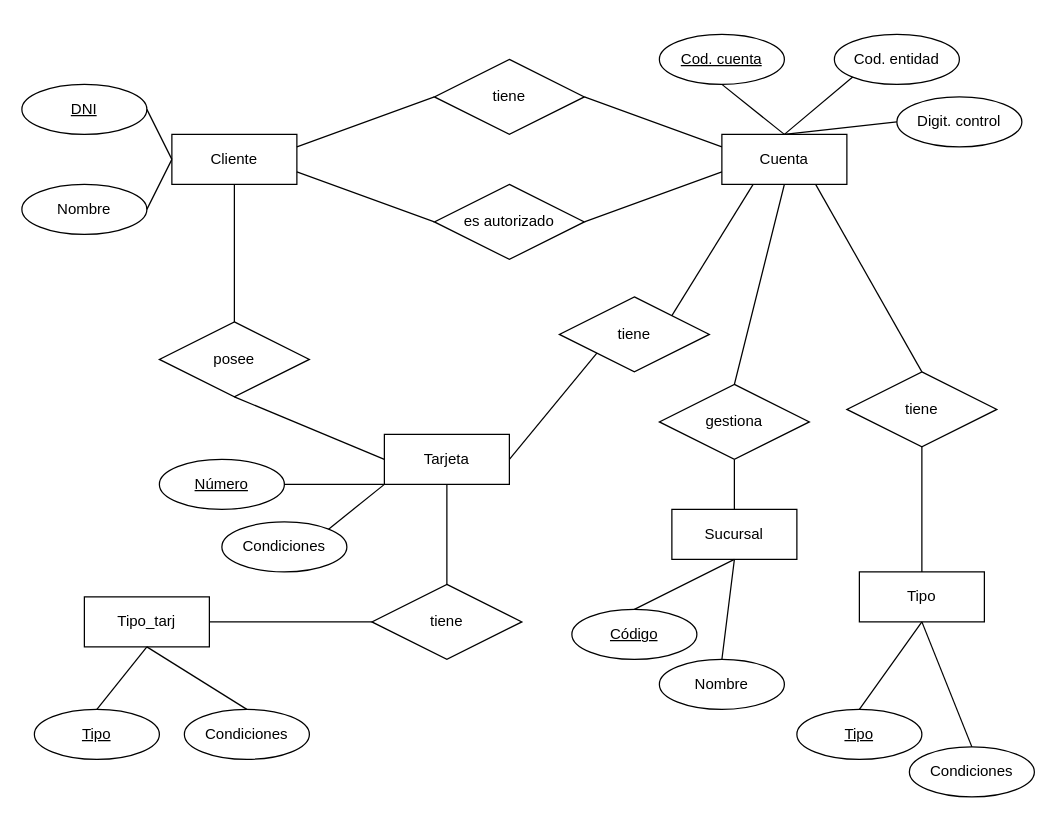
The draw.io diagram MF6.1 BBDD/Ejercicios/2. ER Mod 2.drawio in 13sauca13/PRG, before the edit. Source tidied: cells renumbered, new cells numbered last; positions are measured from the earlier drawing's top-left corner, leaving out a move shared by most shapes. Both pictures are drawn from the tidied source at 125%, with x=0, y=0 at pixel (21, 34).
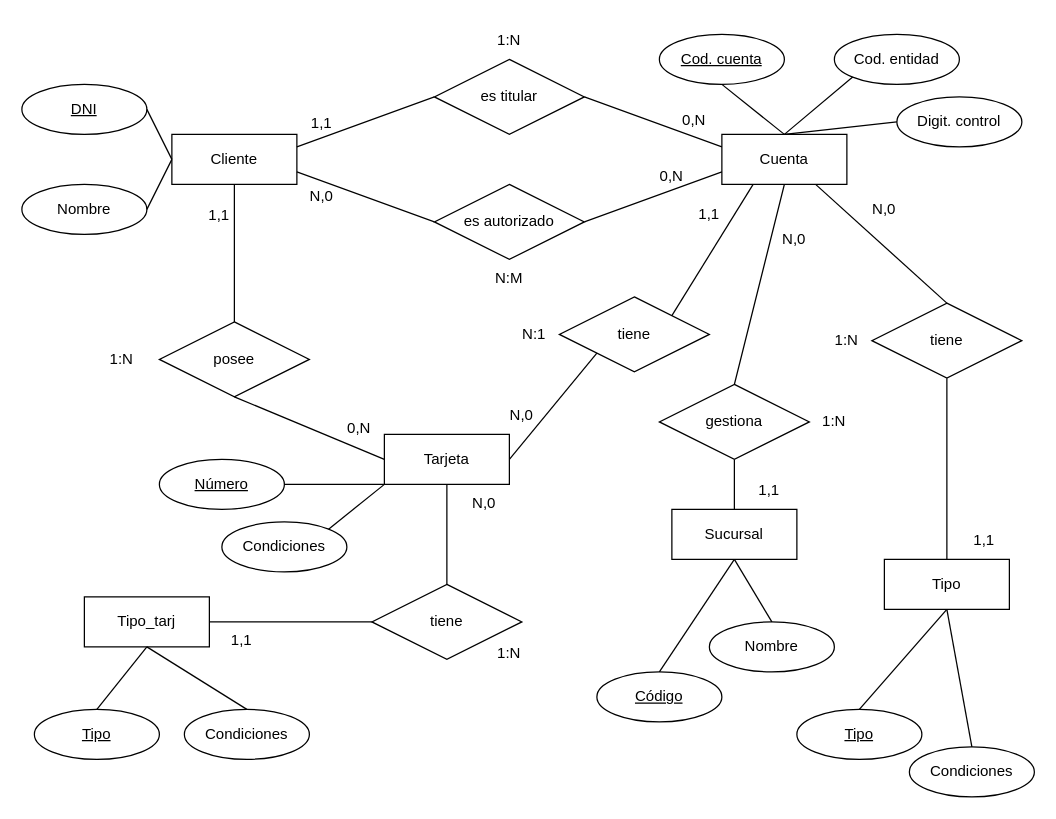
Above is the later version.

The edit, as a diff of the source:
```diff
@@
-    <mxCell id="3" value="tiene" style="shape=rhombus;perimeter=rhombusPerimeter;whiteSpace=wrap;html=1;align=center;" parent="1" vertex="1">
+    <mxCell id="3" value="es titular" style="shape=rhombus;perimeter=rhombusPerimeter;whiteSpace=wrap;html=1;align=center;" parent="1" vertex="1">
       <mxGeometry x="330" y="20" width="120" height="60" as="geometry" />
     </mxCell>
@@
     <mxCell id="5" value="tiene" style="shape=rhombus;perimeter=rhombusPerimeter;whiteSpace=wrap;html=1;align=center;" parent="1" vertex="1">
-      <mxGeometry x="660" y="270" width="120" height="60" as="geometry" />
+      <mxGeometry x="680" y="215" width="120" height="60" as="geometry" />
     </mxCell>
     <mxCell id="6" value="Tipo" style="whiteSpace=wrap;html=1;align=center;" parent="1" vertex="1">
-      <mxGeometry x="670" y="430" width="100" height="40" as="geometry" />
+      <mxGeometry x="690" y="420" width="100" height="40" as="geometry" />
     </mxCell>
@@
     <mxCell id="47" value="Código" style="ellipse;whiteSpace=wrap;html=1;align=center;fontStyle=4;" parent="1" vertex="1">
-      <mxGeometry x="440" y="460" width="100" height="40" as="geometry" />
+      <mxGeometry x="460" y="510" width="100" height="40" as="geometry" />
     </mxCell>
     <mxCell id="48" value="Nombre" style="ellipse;whiteSpace=wrap;html=1;align=center;" parent="1" vertex="1">
-      <mxGeometry x="510" y="500" width="100" height="40" as="geometry" />
+      <mxGeometry x="550" y="470" width="100" height="40" as="geometry" />
     </mxCell>
@@
+    <mxCell id="55" value="1,1" style="text;html=1;strokeColor=none;fillColor=none;align=center;verticalAlign=middle;whiteSpace=wrap;rounded=0;" parent="1" vertex="1">
+      <mxGeometry x="210" y="56" width="60" height="30" as="geometry" />
+    </mxCell>
+    <mxCell id="56" value="0,N" style="text;html=1;strokeColor=none;fillColor=none;align=center;verticalAlign=middle;whiteSpace=wrap;rounded=0;" parent="1" vertex="1">
+      <mxGeometry x="508" y="54" width="60" height="30" as="geometry" />
+    </mxCell>
+    <mxCell id="57" value="1:N" style="text;html=1;strokeColor=none;fillColor=none;align=center;verticalAlign=middle;whiteSpace=wrap;rounded=0;" parent="1" vertex="1">
+      <mxGeometry x="360" y="-10" width="60" height="30" as="geometry" />
+    </mxCell>
+    <mxCell id="58" value="N,0" style="text;html=1;strokeColor=none;fillColor=none;align=center;verticalAlign=middle;whiteSpace=wrap;rounded=0;" parent="1" vertex="1">
+      <mxGeometry x="210" y="115" width="60" height="30" as="geometry" />
+    </mxCell>
+    <mxCell id="59" value="0,N" style="text;html=1;strokeColor=none;fillColor=none;align=center;verticalAlign=middle;whiteSpace=wrap;rounded=0;" parent="1" vertex="1">
+      <mxGeometry x="490" y="99" width="60" height="30" as="geometry" />
+    </mxCell>
+    <mxCell id="60" value="N:M" style="text;html=1;strokeColor=none;fillColor=none;align=center;verticalAlign=middle;whiteSpace=wrap;rounded=0;" parent="1" vertex="1">
+      <mxGeometry x="360" y="180" width="60" height="30" as="geometry" />
+    </mxCell>
+    <mxCell id="61" value="0,N" style="text;html=1;strokeColor=none;fillColor=none;align=center;verticalAlign=middle;whiteSpace=wrap;rounded=0;" parent="1" vertex="1">
+      <mxGeometry x="240" y="300" width="60" height="30" as="geometry" />
+    </mxCell>
+    <mxCell id="62" value="1,1" style="text;html=1;strokeColor=none;fillColor=none;align=center;verticalAlign=middle;whiteSpace=wrap;rounded=0;" parent="1" vertex="1">
+      <mxGeometry x="128" y="130" width="60" height="30" as="geometry" />
+    </mxCell>
+    <mxCell id="63" value="1:N" style="text;html=1;strokeColor=none;fillColor=none;align=center;verticalAlign=middle;whiteSpace=wrap;rounded=0;" parent="1" vertex="1">
+      <mxGeometry x="50" y="245" width="60" height="30" as="geometry" />
+    </mxCell>
+    <mxCell id="64" value="N,0" style="text;html=1;strokeColor=none;fillColor=none;align=center;verticalAlign=middle;whiteSpace=wrap;rounded=0;" parent="1" vertex="1">
+      <mxGeometry x="370" y="290" width="60" height="30" as="geometry" />
+    </mxCell>
+    <mxCell id="65" value="1,1" style="text;html=1;strokeColor=none;fillColor=none;align=center;verticalAlign=middle;whiteSpace=wrap;rounded=0;" parent="1" vertex="1">
+      <mxGeometry x="520" y="129" width="60" height="30" as="geometry" />
+    </mxCell>
+    <mxCell id="66" value="N:1" style="text;html=1;strokeColor=none;fillColor=none;align=center;verticalAlign=middle;whiteSpace=wrap;rounded=0;" parent="1" vertex="1">
+      <mxGeometry x="380" y="225" width="60" height="30" as="geometry" />
+    </mxCell>
+    <mxCell id="67" value="1,1" style="text;html=1;strokeColor=none;fillColor=none;align=center;verticalAlign=middle;whiteSpace=wrap;rounded=0;" parent="1" vertex="1">
+      <mxGeometry x="146" y="470" width="60" height="30" as="geometry" />
+    </mxCell>
+    <mxCell id="68" value="N,0" style="text;html=1;strokeColor=none;fillColor=none;align=center;verticalAlign=middle;whiteSpace=wrap;rounded=0;" parent="1" vertex="1">
+      <mxGeometry x="340" y="360" width="60" height="30" as="geometry" />
+    </mxCell>
+    <mxCell id="69" value="1:N" style="text;html=1;strokeColor=none;fillColor=none;align=center;verticalAlign=middle;whiteSpace=wrap;rounded=0;" parent="1" vertex="1">
+      <mxGeometry x="360" y="480" width="60" height="30" as="geometry" />
+    </mxCell>
+    <mxCell id="70" value="1,1" style="text;html=1;strokeColor=none;fillColor=none;align=center;verticalAlign=middle;whiteSpace=wrap;rounded=0;" parent="1" vertex="1">
+      <mxGeometry x="568" y="350" width="60" height="30" as="geometry" />
+    </mxCell>
+    <mxCell id="71" value="N,0" style="text;html=1;strokeColor=none;fillColor=none;align=center;verticalAlign=middle;whiteSpace=wrap;rounded=0;" parent="1" vertex="1">
+      <mxGeometry x="588" y="149" width="60" height="30" as="geometry" />
+    </mxCell>
+    <mxCell id="72" value="1:N" style="text;html=1;strokeColor=none;fillColor=none;align=center;verticalAlign=middle;whiteSpace=wrap;rounded=0;" parent="1" vertex="1">
+      <mxGeometry x="620" y="295" width="60" height="30" as="geometry" />
+    </mxCell>
+    <mxCell id="73" value="N,0" style="text;html=1;strokeColor=none;fillColor=none;align=center;verticalAlign=middle;whiteSpace=wrap;rounded=0;" parent="1" vertex="1">
+      <mxGeometry x="660" y="125" width="60" height="30" as="geometry" />
+    </mxCell>
+    <mxCell id="74" value="1,1" style="text;html=1;strokeColor=none;fillColor=none;align=center;verticalAlign=middle;whiteSpace=wrap;rounded=0;" parent="1" vertex="1">
+      <mxGeometry x="740" y="390" width="60" height="30" as="geometry" />
+    </mxCell>
+    <mxCell id="75" value="1:N" style="text;html=1;strokeColor=none;fillColor=none;align=center;verticalAlign=middle;whiteSpace=wrap;rounded=0;" parent="1" vertex="1">
+      <mxGeometry x="630" y="230" width="60" height="30" as="geometry" />
+    </mxCell>
```
